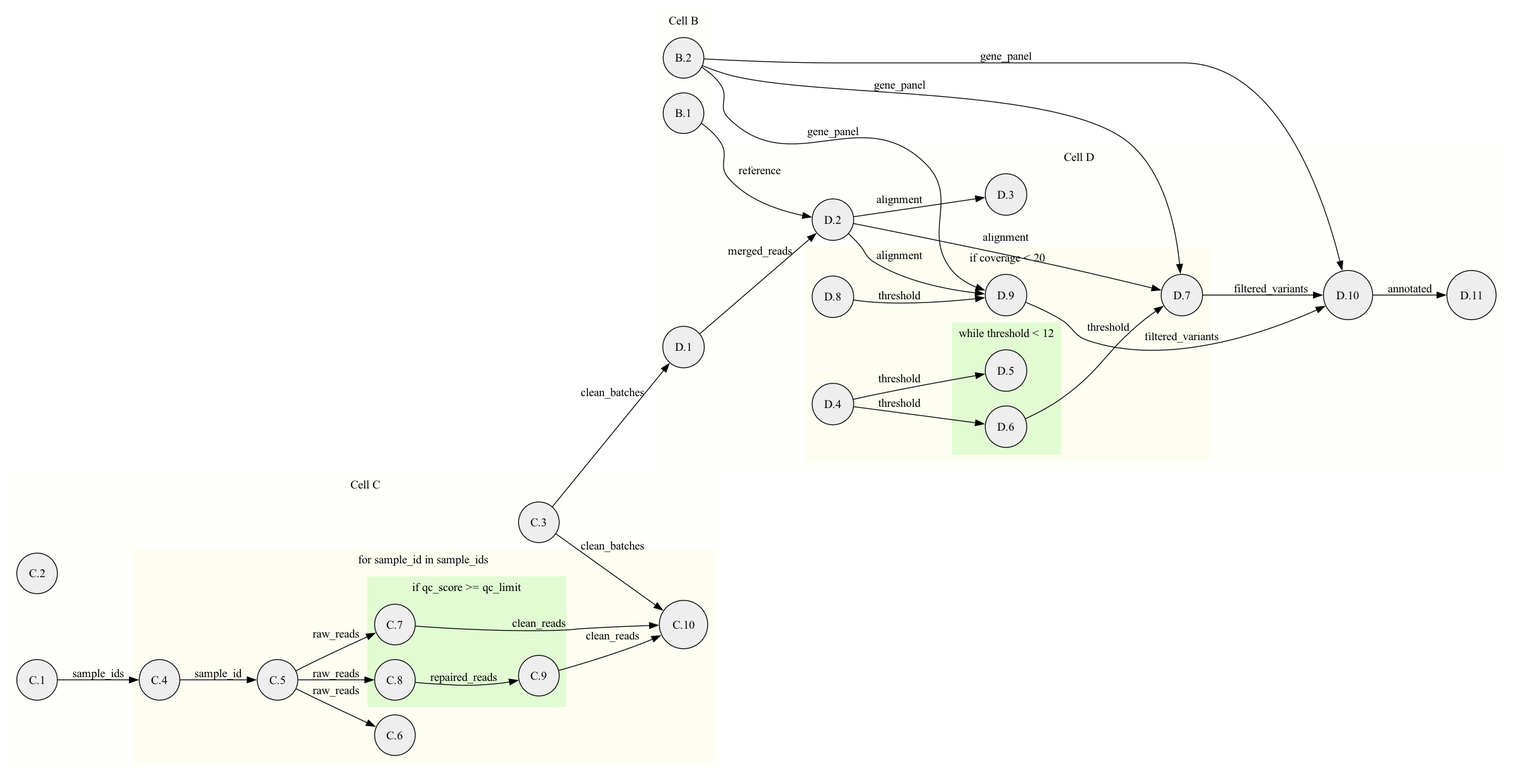
Above: output_expanded/png/intra_cell_bioinformatics_workflow.png in reina-m/Stage (Graphviz), before the change. Its source is kept beside it as output_expanded/dot/intra_cell_bioinformatics_workflow.dot.
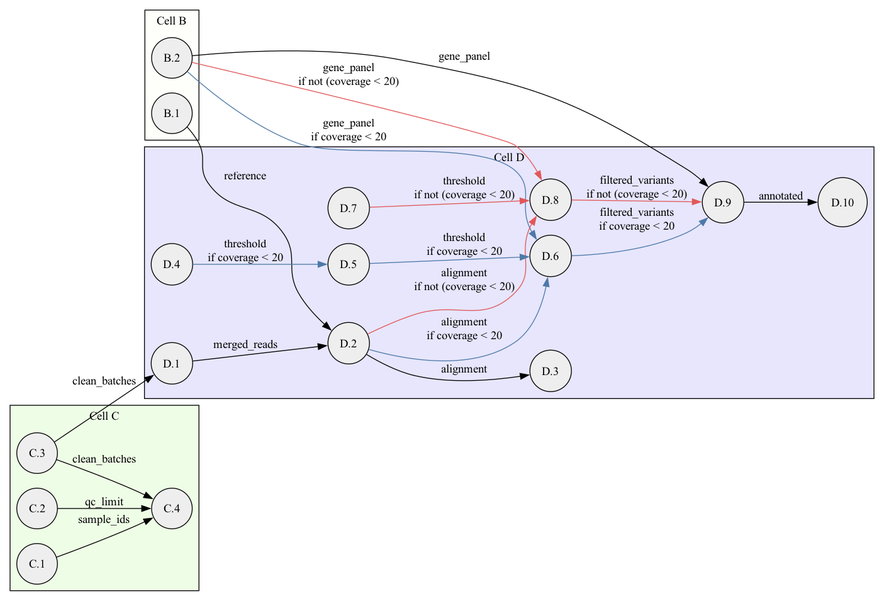
After the commit.

The edit, as a diff of the source:
```diff
@@ -1,5 +1,5 @@
 digraph Notebook {
-	graph [bb="0,0,1795.6,921",
+	graph [bb="0,0,1045.8,708",
 		rankdir=LR
 	];
 	node [fillcolor="#eeeeee",
@@ -8,249 +8,185 @@
 		style=filled
 	];
 	subgraph cluster_cell_0 {
-		graph [bb="778.66,758,843.11,913",
-			color="#fefefa",
+		graph [bb="168.71,545,233.16,700",
+			color=black,
+			fillcolor="#fefefa",
 			label="Cell B",
 			lheight=0.23,
-			lp="810.89,900.75",
+			lp="200.94,687.75",
 			lwidth=0.49,
 			style=filled
 		];
 		cell_0_stmt_0	[height=0.67293,
 			label="B.1",
-			pos="810.89,790",
+			pos="200.94,577",
 			width=0.67293];
 		cell_0_stmt_1	[height=0.67293,
 			label="B.2",
-			pos="810.89,856",
+			pos="200.94,643",
 			width=0.67293];
 	}
 	subgraph cluster_cell_1 {
-		graph [bb="8,8,855.72,359",
-			color="#fefefa",
+		graph [bb="8,8,233.16,229",
+			color=black,
+			fillcolor="#eefde6",
 			label="Cell C",
 			lheight=0.23,
-			lp="431.86,346.75",
+			lp="120.58,216.75",
 			lwidth=0.49,
 			style=filled
 		];
-		subgraph cluster_cell_1_for_0 {
-			graph [bb="153.95,16,847.72,270",
-				color="#fefdf1",
-				label="for sample_id in sample_ids",
-				lheight=0.23,
-				lp="500.83,257.75",
-				lwidth=2.16,
-				style=filled
-			];
-			subgraph cluster_cell_1_if_0 {
-				graph [bb="434.6,82,670.66,237",
-					color="#e1fcd3",
-					label="if qc_score >= qc_limit",
-					lheight=0.23,
-					lp="552.63,224.75",
-					lwidth=1.80,
-					style=filled
-				];
-				cell_1_stmt_6	[height=0.67293,
-					label="C.7",
-					pos="466.83,180",
-					width=0.67293];
-				cell_1_stmt_7	[height=0.67293,
-					label="C.8",
-					pos="466.83,114",
-					width=0.67293];
-				cell_1_stmt_8	[height=0.67293,
-					label="C.9",
-					pos="638.43,119",
-					width=0.67293];
-				cell_1_stmt_7 -> cell_1_stmt_8	[label=repaired_reads,
-					lp="548.8,117.75",
-					pos="e,614.69,113.64 491.34,110.99 497.12,110.37 503.3,109.81 509.05,109.5 544.34,107.58 553.38,106.11 588.55,109.5 593.39,109.97 598.47,\
-110.69 603.44,111.53"];
-			}
-			cell_1_stmt_3	[height=0.67293,
-				label="C.4",
-				pos="186.18,114",
-				width=0.67293];
-			cell_1_stmt_4	[height=0.67293,
-				label="C.5",
-				pos="326.88,114",
-				width=0.67293];
-			cell_1_stmt_3 -> cell_1_stmt_4	[label=sample_id,
-				lp="256.53,122.25",
-				pos="e,302.23,114 210.71,114 232.72,114 265.9,114 290.99,114"];
-			cell_1_stmt_5	[height=0.67293,
-				label="C.6",
-				pos="466.83,48",
-				width=0.67293];
-			cell_1_stmt_4 -> cell_1_stmt_5	[label=raw_reads,
-				lp="396.85,101.75",
-				pos="e,444.25,57.986 348.81,103.48 355.3,100.25 362.48,96.702 369.1,93.5 390.61,83.096 414.95,71.65 433.83,62.841"];
-			cell_1_stmt_4 -> cell_1_stmt_6	[label=raw_reads,
-				lp="396.85,169.2",
-				pos="e,444.21,170.21 348.78,124.83 355.27,128.14 362.46,131.76 369.1,135 390.54,145.44 414.88,156.76 433.77,165.44"];
-			cell_1_stmt_4 -> cell_1_stmt_7	[label=raw_reads,
-				lp="396.85,122.25",
-				pos="e,442.42,114 351.59,114 373.44,114 406.13,114 430.95,114"];
-			cell_1_stmt_9	[height=0.80088,
-				label="C.10",
-				pos="810.89,180",
-				width=0.80088];
-			cell_1_stmt_6 -> cell_1_stmt_9	[label=clean_reads,
-				lp="638.43,181.75",
-				pos="e,781.86,179.19 491.26,178.12 529.03,175.34 605.71,170.75 670.66,173.5 678.52,173.83 680.45,174.5 688.3,175 715.72,176.73 746.65,\
-177.99 770.46,178.81"];
-			cell_1_stmt_8 -> cell_1_stmt_9	[label=clean_reads,
-				lp="726.18,166.75",
-				pos="e,784.45,167.34 662.26,125.25 687.49,132.39 729.18,144.86 764.05,158.5 767.31,159.77 770.65,161.17 773.98,162.61"];
-		}
 		cell_1_stmt_0	[height=0.67293,
 			label="C.1",
-			pos="40.226,114",
+			pos="40.226,40",
 			width=0.67293];
-		cell_1_stmt_0 -> cell_1_stmt_3	[label=sample_ids,
-			lp="113.2,122.25",
-			pos="e,161.74,114 64.674,114 87.888,114 123.71,114 150.27,114"];
+		cell_1_stmt_3	[height=0.67293,
+			label="C.4",
+			pos="200.94,106",
+			width=0.67293];
+		cell_1_stmt_0 -> cell_1_stmt_3	[color=black,
+			label=sample_ids,
+			lp="120.33,93.75",
+			pos="e,178.87,95.216 63.446,47.998 87.149,56.678 125.68,71.22 158.2,85.5 161.6,86.993 165.13,88.611 168.62,90.262"];
 		cell_1_stmt_1	[height=0.67293,
 			label="C.2",
-			pos="40.226,241",
+			pos="40.226,106",
 			width=0.67293];
+		cell_1_stmt_1 -> cell_1_stmt_3	[color=black,
+			label=qc_limit,
+			lp="120.33,114.25",
+			pos="e,176.42,106 64.644,106 91.135,106 134.55,106 165.04,106"];
 		cell_1_stmt_2	[height=0.67293,
 			label="C.3",
-			pos="638.43,302",
+			pos="40.226,172",
 			width=0.67293];
-		cell_1_stmt_2 -> cell_1_stmt_9	[label=clean_batches,
-			lp="726.18,274.2",
-			pos="e,786.95,196.42 658.65,288.24 687.54,267.57 742.5,228.23 777.61,203.1"];
+		cell_1_stmt_2 -> cell_1_stmt_3	[color=black,
+			label=clean_batches,
+			lp="120.33,165.18",
+			pos="e,178.9,117.09 63.481,164.18 87.214,155.67 125.77,141.36 158.2,127 161.61,125.49 165.15,123.84 168.65,122.16"];
 	}
 	subgraph cluster_cell_2 {
-		graph [bb="778.15,367,1787.6,750",
-			color="#fefefa",
+		graph [bb="168.2,237,1037.8,537",
+			color=black,
+			fillcolor="#e7e6fd",
 			label="Cell D",
 			lheight=0.23,
-			lp="1282.9,737.75",
+			lp="603.01,524.75",
 			lwidth=0.50,
 			style=filled
 		];
-		subgraph cluster_cell_2_if_0 {
-			graph [bb="956.23,375,1437.7,630",
-				color="#fefdf1",
-				label="if coverage < 20",
-				lheight=0.23,
-				lp="1197,617.75",
-				lwidth=1.25,
-				style=filled
-			];
-			subgraph cluster_cell_2_while_0 {
-				graph [bb="1131.2,383,1260.5,540",
-					color="#e1fcd3",
-					label="while threshold < 12",
-					lheight=0.23,
-					lp="1195.9,527.75",
-					lwidth=1.57,
-					style=filled
-				];
-				cell_2_stmt_4	[height=0.68715,
-					label="D.5",
-					pos="1195.4,483",
-					width=0.68715];
-				cell_2_stmt_5	[height=0.68715,
-					label="D.6",
-					pos="1195.4,416",
-					width=0.68715];
-			}
-			cell_2_stmt_3	[height=0.68715,
-				label="D.4",
-				pos="988.97,443",
-				width=0.68715];
-			cell_2_stmt_3 -> cell_2_stmt_4	[label=threshold,
-				lp="1068.5,474.07",
-				pos="e,1170.7,478.95 1013.2,448.57 1021,450.38 1029.7,452.34 1037.7,454 1079.4,462.65 1127.5,471.38 1159.3,476.96"];
-			cell_2_stmt_3 -> cell_2_stmt_5	[label=threshold,
-				lp="1068.5,444.73",
-				pos="e,1170.3,419.17 1013.8,439.85 1049.6,435.12 1117.6,426.14 1159.1,420.65"];
-			cell_2_stmt_6	[height=0.68715,
-				label="D.7",
-				pos="1405,573",
-				width=0.68715];
-			cell_2_stmt_7	[height=0.68715,
-				label="D.8",
-				pos="988.97,571",
-				width=0.68715];
-			cell_2_stmt_8	[height=0.68715,
-				label="D.9",
-				pos="1195.4,573",
-				width=0.68715];
-			cell_2_stmt_7 -> cell_2_stmt_8	[label=threshold,
-				lp="1068.5,572.75",
-				pos="e,1170.5,569.89 1013.7,567.12 1021.3,566.05 1029.9,565.03 1037.7,564.5 1079.4,561.68 1127.4,565.29 1159.1,568.64"];
-			cell_2_stmt_5 -> cell_2_stmt_6	[label=threshold,
-				lp="1317.6,535.04",
-				pos="e,1383.7,560.4 1218.6,425.55 1231.4,431.48 1247.4,439.73 1260.5,449 1310.6,484.51 1312.8,505.66 1360.7,544 1365,547.42 1369.7,550.84 \
-1374.3,554.08"];
-		}
 		cell_2_stmt_0	[height=0.68715,
 			label="D.1",
-			pos="810.89,511",
+			pos="200.94,279",
 			width=0.68715];
 		cell_2_stmt_1	[height=0.68715,
 			label="D.2",
-			pos="988.97,663",
+			pos="411.68,303",
 			width=0.68715];
-		cell_2_stmt_0 -> cell_2_stmt_1	[label=merged_reads,
-			lp="901.97,626.34",
-			pos="e,969.71,647.23 830.4,526.98 861.65,553.96 925.01,608.66 961.14,639.84"];
+		cell_2_stmt_0 -> cell_2_stmt_1	[color=black,
+			label=merged_reads,
+			lp="288.68,302.11",
+			pos="e,386.69,300.24 225.88,281.75 262.59,285.97 332.97,294.07 375.49,298.95"];
 		cell_2_stmt_2	[height=0.68715,
 			label="D.3",
-			pos="1195.4,693",
+			pos="652.41,270",
 			width=0.68715];
-		cell_2_stmt_1 -> cell_2_stmt_2	[label=alignment,
-			lp="1068.5,687.15",
-			pos="e,1170.7,689.52 1013.8,666.5 1049.7,671.77 1117.9,681.78 1159.5,687.88"];
-		cell_2_stmt_1 -> cell_2_stmt_6	[label=alignment,
-			lp="1195.4,642.42",
-			pos="e,1380.7,578.74 1013.5,658.36 1060.6,649.04 1169.4,627.21 1260.5,607 1297.8,598.71 1340.5,588.52 1369.5,581.46"];
-		cell_2_stmt_1 -> cell_2_stmt_8	[label=alignment,
-			lp="1068.5,620.75",
-			pos="e,1170.3,574.48 1007.6,646.42 1011.6,642.43 1015.9,638.13 1019.7,634 1028.2,624.86 1027.2,619.12 1037.7,612.5 1075.1,589.03 1125.8,\
-579.49 1159.2,575.62"];
+		cell_2_stmt_1 -> cell_2_stmt_2	[color=black,
+			label=alignment,
+			lp="549.68,272.75",
+			pos="e,627.73,265.35 432.91,289.6 447.89,280.53 469.17,269.34 489.68,264.5 532.42,254.41 583.26,258.69 616.38,263.56"];
+		cell_2_stmt_5	[height=0.68715,
+			label="D.6",
+			pos="652.41,407",
+			width=0.68715];
+		cell_2_stmt_1 -> cell_2_stmt_5	[color="#4E79A7",
+			label="alignment
+if coverage < 20",
+			lp="549.68,320.5",
+			pos="e,649.06,382.17 435.72,295.54 475.15,284.3 556.44,267.94 609.68,304 631.68,318.9 642.09,347.59 647.01,370.9"];
+		cell_2_stmt_7	[height=0.68715,
+			label="D.8",
+			pos="652.41,474",
+			width=0.68715];
+		cell_2_stmt_1 -> cell_2_stmt_7	[color="#E15759",
+			label="alignment
+if not (coverage < 20)",
+			lp="549.68,379.5",
+			pos="e,635.99,455.25 434.12,313.88 449.32,321.23 470.36,330.71 489.68,337 541.57,353.89 570.83,324.67 609.68,363 635,387.99 613,408.59 \
+627.68,441 628.37,442.53 629.13,444.05 629.96,445.57"];
+		cell_2_stmt_3	[height=0.68715,
+			label="D.4",
+			pos="200.94,397",
+			width=0.68715];
+		cell_2_stmt_4	[height=0.68715,
+			label="D.5",
+			pos="411.68,397",
+			width=0.68715];
+		cell_2_stmt_3 -> cell_2_stmt_4	[color="#4E79A7",
+			label="threshold
+if coverage < 20",
+			lp="288.68,413.5",
+			pos="e,386.69,397 225.88,397 262.51,397 332.67,397 375.22,397"];
+		cell_2_stmt_4 -> cell_2_stmt_5	[color="#4E79A7",
+			label="threshold
+if coverage < 20",
+			lp="549.68,421.59",
+			pos="e,627.5,406 436.88,398.01 479.26,399.79 567.06,403.47 616.18,405.52"];
+		cell_2_stmt_8	[height=0.68715,
+			label="D.9",
+			pos="857.89,471",
+			width=0.68715];
+		cell_2_stmt_5 -> cell_2_stmt_8	[color="#4E79A7",
+			label="filtered_variants
+if coverage < 20",
+			lp="755.15,451.5",
+			pos="e,840.54,453.24 677.64,407.21 710.36,408.37 769.81,413.57 815.15,435 821.14,437.83 826.94,441.76 832.21,445.99"];
+		cell_2_stmt_6	[height=0.68715,
+			label="D.7",
+			pos="411.68,464",
+			width=0.68715];
+		cell_2_stmt_6 -> cell_2_stmt_7	[color="#E15759",
+			label="threshold
+if not (coverage < 20)",
+			lp="549.68,488.59",
+			pos="e,627.5,473 436.88,465.01 479.26,466.79 567.06,470.47 616.18,472.52"];
+		cell_2_stmt_7 -> cell_2_stmt_8	[color="#E15759",
+			label="filtered_variants
+if not (coverage < 20)",
+			lp="755.15,489.85",
+			pos="e,832.78,471.36 677.55,473.64 713.2,473.12 780.12,472.13 821.37,471.52"];
 		cell_2_stmt_9	[height=0.8151,
 			label="D.10",
-			pos="1603.1,573",
+			pos="1000.5,471",
 			width=0.8151];
-		cell_2_stmt_10	[height=0.8151,
-			label="D.11",
-			pos="1750.3,573",
-			width=0.8151];
-		cell_2_stmt_9 -> cell_2_stmt_10	[label=annotated,
-			lp="1676.7,581.25",
-			pos="e,1720.6,573 1632.8,573 1654.6,573 1685,573 1709.3,573"];
-		cell_2_stmt_6 -> cell_2_stmt_9	[label=filtered_variants,
-			lp="1511.5,581.25",
-			pos="e,1573.4,573 1430,573 1462.9,573 1522.3,573 1562,573"];
-		cell_2_stmt_8 -> cell_2_stmt_9	[label=filtered_variants,
-			lp="1405,523.65",
-			pos="e,1576.5,560.14 1219,564.32 1231.6,559.12 1247.3,551.97 1260.5,544 1275.9,534.66 1275.4,524.88 1292.5,519 1388.2,486.07 1507.7,529.19 \
-1566.3,555.46"];
+		cell_2_stmt_8 -> cell_2_stmt_9	[color=black,
+			label=annotated,
+			lp="926.88,479.25",
+			pos="e,970.77,471 883.05,471 904.06,471 934.92,471 959.58,471"];
 	}
-	cell_0_stmt_0 -> cell_2_stmt_1	[label=reference,
-		lp="901.97,721.75",
-		pos="e,964.35,665.85 832.06,777.95 840.63,771.83 849.96,763.63 855.72,754 865.14,738.25 852.04,727.65 863.72,713.5 885.99,686.51 924.94,\
-673.8 953.3,667.91"];
-	cell_0_stmt_1 -> cell_2_stmt_9	[label=gene_panel,
-		lp="1195.4,858.25",
-		pos="e,1596.2,601.86 835.52,854.68 869.3,852.92 933.37,850 987.97,850 987.97,850 987.97,850 1406,850 1520.7,850 1574.4,689.69 1593.5,\
-612.98"];
-	cell_0_stmt_1 -> cell_2_stmt_6	[label=gene_panel,
-		lp="1068.5,824.12",
-		pos="e,1403.2,598.17 833.5,846.55 842.68,842.83 853.58,838.79 863.72,836 967.84,807.31 1260.6,824.15 1342.7,754 1385.2,717.74 1398.3,\
-650.94 1402.3,609.42"];
-	cell_0_stmt_1 -> cell_2_stmt_8	[label=gene_panel,
-		lp="988.97,768.89",
-		pos="e,1170.8,578.39 832.46,844.97 840.89,839.44 849.99,832 855.72,823 864.98,808.44 851.65,797.34 863.72,785 938.88,708.17 1022.6,805.41 \
-1099.2,730 1141,688.86 1093.8,647.13 1131.2,602 1138.7,593.04 1149.5,586.72 1160,582.32"];
-	cell_1_stmt_2 -> cell_2_stmt_0	[label=clean_batches,
-		lp="726.18,457.49",
-		pos="e,794.55,492.19 654.56,320.55 684.62,357.4 752.01,440.03 787.32,483.33"];
+	cell_0_stmt_0 -> cell_2_stmt_1	[color=black,
+		label=reference,
+		lp="288.68,502.75",
+		pos="e,391.49,317.81 219.08,560.7 224.29,554.92 229.58,548.09 233.16,541 242.73,522.09 231.7,511.98 243.68,494.5 270.92,454.74 305.92,\
+473.4 333.68,434 352.42,407.39 335.71,391.37 351.68,363 359.67,348.8 371.9,335.58 383.16,325.18"];
+	cell_0_stmt_1 -> cell_2_stmt_5	[color="#4E79A7",
+		label="gene_panel
+if coverage < 20",
+		lp="411.68,557.5",
+		pos="e,636.09,425.8 219.16,626.79 245.4,603.2 298.05,560.13 351.68,541 406.09,521.59 566.22,547.07 609.68,509 633.51,488.11 614.19,468.68 \
+627.68,440 628.39,438.48 629.17,436.96 630.01,435.46"];
+	cell_0_stmt_1 -> cell_2_stmt_7	[color="#E15759",
+		label="gene_panel
+if not (coverage < 20)",
+		lp="411.68,623.76",
+		pos="e,642.1,496.74 224.87,637.64 308.56,618.03 593.51,550.66 609.68,539 621.03,530.81 630.07,518.49 636.79,506.76"];
+	cell_0_stmt_1 -> cell_2_stmt_8	[color=black,
+		label=gene_panel,
+		lp="549.68,645.83",
+		pos="e,840.68,488.95 225.3,645.59 272.4,650.2 381.93,657.88 471.68,641 632.24,610.8 676.55,596.5 815.15,510 821.22,506.21 827.19,501.46 \
+832.63,496.58"];
+	cell_1_stmt_2 -> cell_2_stmt_0	[color=black,
+		label=clean_batches,
+		lp="120.33,258.55",
+		pos="e,179.91,265.5 61.006,185.34 88.568,203.92 138.73,237.73 170.64,259.25"];
 }
```
